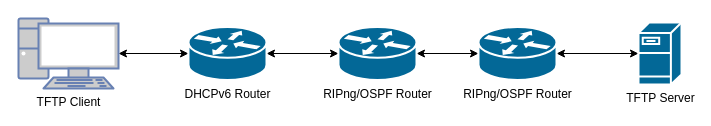
Before: docs/software/img/interconnect.drawio in thu-cs-lab/Router-Lab-Docs, a draw.io diagram. Source tidied: cells renumbered, new cells numbered last; positions are measured from the earlier drawing's top-left corner, leaving out a move shared by most shapes. Both pictures are drawn from the tidied source at 100%, with x=0, y=0 at pixel (18, 18).
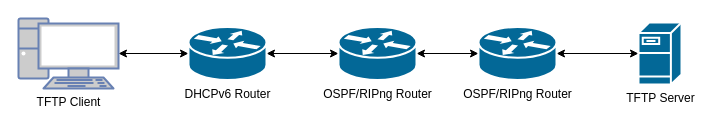
The same page after the edit.

What changed in the source:
```diff
@@
 <mxGraphModel>
   <root>
     <mxCell id="0" />
     <mxCell id="1" parent="0" />
     <mxCell id="2" style="edgeStyle=orthogonalEdgeStyle;rounded=0;jettySize=auto;html=1;exitX=1;exitY=0.5;exitDx=0;exitDy=0;exitPerimeter=0;entryX=0;entryY=0.5;entryDx=0;entryDy=0;entryPerimeter=0;startArrow=classic;startFill=1;" parent="1" edge="1" source="3" target="5">
       <mxGeometry relative="1" as="geometry" />
     </mxCell>
     <mxCell id="3" value="TFTP Client" style="fontColor=#000000;verticalAlign=top;verticalLabelPosition=bottom;labelPosition=center;align=center;html=1;outlineConnect=0;fillColor=#CCCCCC;strokeColor=#6881B3;gradientColor=none;gradientDirection=north;strokeWidth=2;shape=mxgraph.networks.pc;" parent="1" vertex="1">
       <mxGeometry width="100" height="70" as="geometry" />
     </mxCell>
     <mxCell id="4" style="edgeStyle=orthogonalEdgeStyle;rounded=0;jettySize=auto;html=1;exitX=1;exitY=0.5;exitDx=0;exitDy=0;exitPerimeter=0;entryX=0;entryY=0.5;entryDx=0;entryDy=0;entryPerimeter=0;startArrow=classic;startFill=1;" parent="1" edge="1" source="5" target="7">
       <mxGeometry relative="1" as="geometry" />
     </mxCell>
     <mxCell id="5" value="DHCPv6 Router" style="shape=mxgraph.cisco.routers.router;sketch=0;html=1;dashed=0;fillColor=#036897;strokeColor=#ffffff;strokeWidth=2;verticalLabelPosition=bottom;verticalAlign=top;align=center;outlineConnect=0;" parent="1" vertex="1">
       <mxGeometry x="170" y="8.5" width="78" height="53" as="geometry" />
     </mxCell>
     <mxCell id="6" style="edgeStyle=orthogonalEdgeStyle;rounded=0;jettySize=auto;html=1;exitX=1;exitY=0.5;exitDx=0;exitDy=0;exitPerimeter=0;entryX=0;entryY=0.5;entryDx=0;entryDy=0;entryPerimeter=0;startArrow=classic;startFill=1;" parent="1" edge="1" source="7" target="9">
       <mxGeometry relative="1" as="geometry" />
     </mxCell>
-    <mxCell id="7" value="RIPng/OSPF Router" style="shape=mxgraph.cisco.routers.router;sketch=0;html=1;dashed=0;fillColor=#036897;strokeColor=#ffffff;strokeWidth=2;verticalLabelPosition=bottom;verticalAlign=top;align=center;outlineConnect=0;" parent="1" vertex="1">
+    <mxCell id="7" value="OSPF/RIPng Router" style="shape=mxgraph.cisco.routers.router;sketch=0;html=1;dashed=0;fillColor=#036897;strokeColor=#ffffff;strokeWidth=2;verticalLabelPosition=bottom;verticalAlign=top;align=center;outlineConnect=0;" parent="1" vertex="1">
       <mxGeometry x="320" y="8.5" width="78" height="53" as="geometry" />
     </mxCell>
     <mxCell id="8" style="edgeStyle=orthogonalEdgeStyle;rounded=0;jettySize=auto;html=1;exitX=1;exitY=0.5;exitDx=0;exitDy=0;exitPerimeter=0;entryX=0;entryY=0.5;entryDx=0;entryDy=0;entryPerimeter=0;startArrow=classic;startFill=1;" parent="1" edge="1" source="9" target="10">
       <mxGeometry relative="1" as="geometry" />
     </mxCell>
-    <mxCell id="9" value="RIPng/OSPF Router" style="shape=mxgraph.cisco.routers.router;sketch=0;html=1;dashed=0;fillColor=#036897;strokeColor=#ffffff;strokeWidth=2;verticalLabelPosition=bottom;verticalAlign=top;align=center;outlineConnect=0;" parent="1" vertex="1">
+    <mxCell id="9" value="OSPF/RIPng Router" style="shape=mxgraph.cisco.routers.router;sketch=0;html=1;dashed=0;fillColor=#036897;strokeColor=#ffffff;strokeWidth=2;verticalLabelPosition=bottom;verticalAlign=top;align=center;outlineConnect=0;" parent="1" vertex="1">
       <mxGeometry x="460" y="8.5" width="78" height="53" as="geometry" />
     </mxCell>
     <mxCell id="10" value="TFTP Server" style="shape=mxgraph.cisco.servers.fileserver;sketch=0;html=1;dashed=0;fillColor=#036897;strokeColor=#ffffff;strokeWidth=2;verticalLabelPosition=bottom;verticalAlign=top;align=center;outlineConnect=0;" parent="1" vertex="1">
       <mxGeometry x="620" y="4" width="43" height="62" as="geometry" />
     </mxCell>
   </root>
 </mxGraphModel>
```
